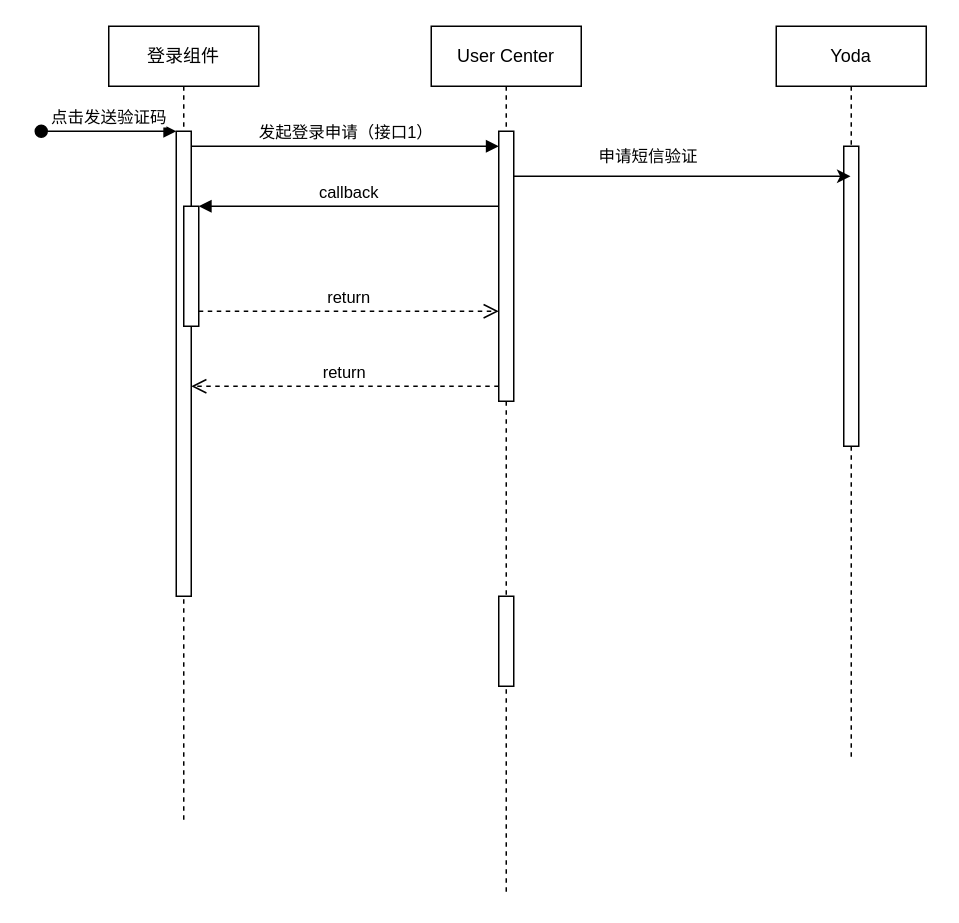
This is src/未命名绘图.drawio from zhengjiaqi/draw, a draw.io file, before an edit. Source tidied: cells renumbered, new cells numbered last; positions are measured from the earlier drawing's top-left corner, leaving out a move shared by most shapes. Both pictures are drawn from the tidied source at 150%, with x=0, y=0 at pixel (40, 26).
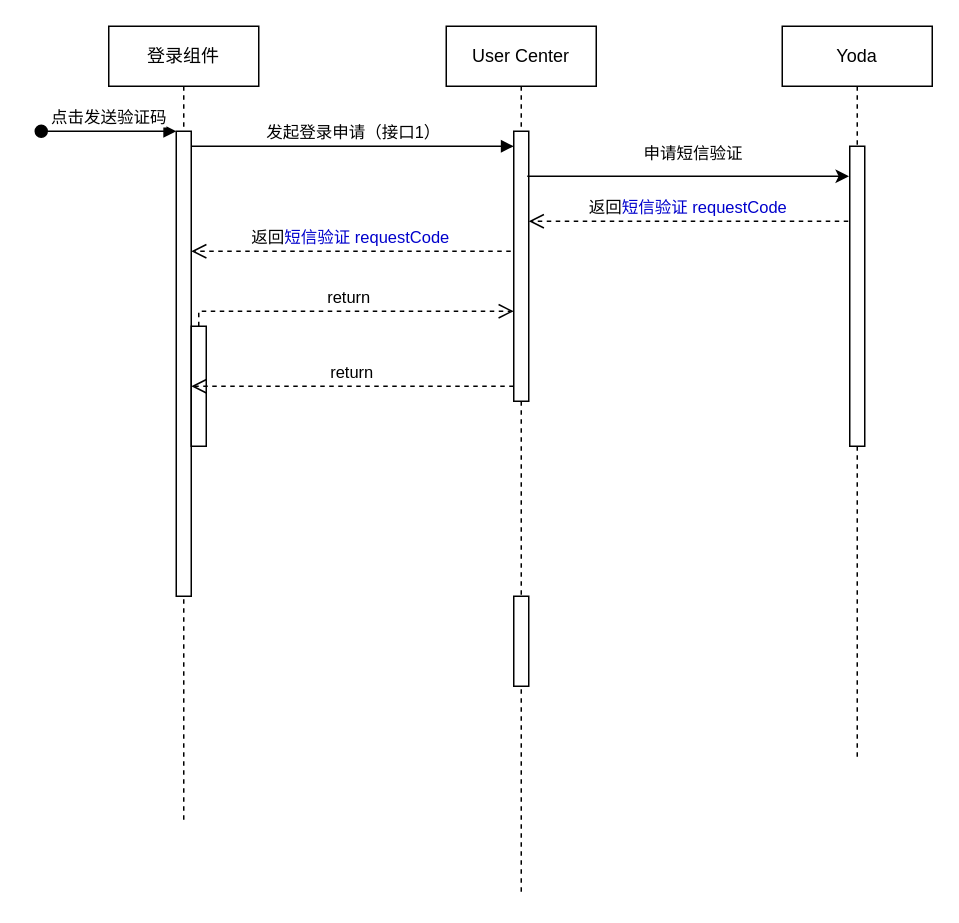
After the change.

Commit message (it also covers changes not shown here):
更新未命名绘图.drawio

Unchanged cells that the change refers to:
```xml
<mxCell id="2" value="登录组件" style="shape=umlLifeline;perimeter=lifelinePerimeter;whiteSpace=wrap;html=1;newEdgeStyle={&quot;edgeStyle&quot;:&quot;elbowEdgeStyle&quot;,&quot;elbow&quot;:&quot;vertical&quot;,&quot;curved&quot;:0,&quot;rounded&quot;:0};" parent="1" vertex="1">
  <mxGeometry x="45" width="100" height="530" as="geometry" />
</mxCell>
<mxCell id="7" style="html=1;points=[];perimeter=orthogonalPerimeter;outlineConnect=0;targetShapes=umlLifeline;portConstraint=eastwest;newEdgeStyle={&quot;edgeStyle&quot;:&quot;elbowEdgeStyle&quot;,&quot;elbow&quot;:&quot;vertical&quot;,&quot;curved&quot;:0,&quot;rounded&quot;:0};" parent="6" vertex="1">
  <mxGeometry x="45" y="70" width="10" height="180" as="geometry" />
</mxCell>
```

Diff of the diagram source:
```diff
@@
     <mxCell id="5" style="html=1;points=[];perimeter=orthogonalPerimeter;outlineConnect=0;targetShapes=umlLifeline;portConstraint=eastwest;newEdgeStyle={&quot;edgeStyle&quot;:&quot;elbowEdgeStyle&quot;,&quot;elbow&quot;:&quot;vertical&quot;,&quot;curved&quot;:0,&quot;rounded&quot;:0};" parent="2" vertex="1">
-      <mxGeometry x="50" y="120" width="10" height="80" as="geometry" />
+      <mxGeometry x="55" y="200" width="10" height="80" as="geometry" />
     </mxCell>
     <mxCell id="6" value="User Center" style="shape=umlLifeline;perimeter=lifelinePerimeter;whiteSpace=wrap;html=1;newEdgeStyle={&quot;edgeStyle&quot;:&quot;elbowEdgeStyle&quot;,&quot;elbow&quot;:&quot;vertical&quot;,&quot;curved&quot;:0,&quot;rounded&quot;:0};" parent="1" vertex="1">
-      <mxGeometry x="260" width="100" height="580" as="geometry" />
+      <mxGeometry x="270" width="100" height="580" as="geometry" />
     </mxCell>
@@
-    <mxCell id="11" value="callback" style="html=1;verticalAlign=bottom;endArrow=block;edgeStyle=elbowEdgeStyle;elbow=vertical;curved=0;rounded=0;" parent="1" edge="1" source="7" target="5">
-      <mxGeometry relative="1" as="geometry">
-        <Array as="points">
-          <mxPoint x="195" y="120" />
-        </Array>
-      </mxGeometry>
-    </mxCell>
@@
     <mxCell id="13" value="Yoda" style="shape=umlLifeline;perimeter=lifelinePerimeter;whiteSpace=wrap;html=1;outlineConnect=0;portConstraint=eastwest;newEdgeStyle={&quot;edgeStyle&quot;:&quot;elbowEdgeStyle&quot;,&quot;elbow&quot;:&quot;vertical&quot;,&quot;curved&quot;:0,&quot;rounded&quot;:0};" parent="1" vertex="1">
-      <mxGeometry x="490" width="100" height="490" as="geometry" />
+      <mxGeometry x="494" width="100" height="490" as="geometry" />
     </mxCell>
@@
-    <mxCell id="15" style="edgeStyle=elbowEdgeStyle;rounded=0;jettySize=auto;html=1;elbow=vertical;curved=0;" parent="1" edge="1" source="7" target="13">
+    <mxCell id="15" style="edgeStyle=elbowEdgeStyle;rounded=0;orthogonalLoop=1;jettySize=auto;html=1;elbow=vertical;curved=0;" parent="1" edge="1">
       <mxGeometry relative="1" as="geometry">
+        <mxPoint x="324" y="100" as="sourcePoint" />
+        <mxPoint x="538.5" y="100" as="targetPoint" />
         <Array as="points">
-          <mxPoint x="380" y="100" />
-          <mxPoint x="390" y="110" />
+          <mxPoint x="379" y="100" />
+          <mxPoint x="389" y="110" />
         </Array>
       </mxGeometry>
     </mxCell>
-    <mxCell id="16" value="&lt;span style=&quot;color: rgb(0, 0, 0); font-family: Helvetica; font-size: 11px; font-style: normal; font-variant-ligatures: normal; font-variant-caps: normal; font-weight: 400; letter-spacing: normal; orphans: 2; text-align: center; text-indent: 0px; text-transform: none; widows: 2; word-spacing: 0px; -webkit-text-stroke-width: 0px; background-color: rgb(255, 255, 255); text-decoration-thickness: initial; text-decoration-style: initial; text-decoration-color: initial; float: none; display: inline !important;&quot;&gt;申请短信验证&lt;/span&gt;" style="text;whiteSpace=wrap;html=1;" parent="1" vertex="1">
-      <mxGeometry x="370" y="73" width="130" height="20" as="geometry" />
+    <mxCell id="16" value="&lt;span style=&quot;color: rgb(0, 0, 0); font-family: Helvetica; font-size: 11px; font-style: normal; font-variant-ligatures: normal; font-variant-caps: normal; font-weight: 400; letter-spacing: normal; orphans: 2; text-indent: 0px; text-transform: none; widows: 2; word-spacing: 0px; -webkit-text-stroke-width: 0px; background-color: rgb(255, 255, 255); text-decoration-thickness: initial; text-decoration-style: initial; text-decoration-color: initial; float: none; display: inline !important;&quot;&gt;申请短信验证&lt;/span&gt;" style="text;whiteSpace=wrap;html=1;align=center;" parent="1" vertex="1">
+      <mxGeometry x="370" y="71" width="130" height="20" as="geometry" />
     </mxCell>
+    <mxCell id="17" value="返回&lt;font color=&quot;#0000cc&quot;&gt;短信验证&amp;nbsp;requestCode&lt;/font&gt;" style="html=1;verticalAlign=bottom;endArrow=open;dashed=1;endSize=8;edgeStyle=elbowEdgeStyle;elbow=horizontal;curved=0;rounded=0;" parent="1" edge="1">
+      <mxGeometry relative="1" as="geometry">
+        <mxPoint x="538" y="130" as="sourcePoint" />
+        <mxPoint x="325" y="130" as="targetPoint" />
+        <Array as="points">
+          <mxPoint x="428" y="130" />
+        </Array>
+      </mxGeometry>
+    </mxCell>
+    <mxCell id="18" value="返回&lt;font color=&quot;#0000cc&quot;&gt;短信验证&amp;nbsp;requestCode&lt;/font&gt;" style="html=1;verticalAlign=bottom;endArrow=open;dashed=1;endSize=8;edgeStyle=elbowEdgeStyle;elbow=horizontal;curved=0;rounded=0;" parent="1" edge="1">
+      <mxGeometry relative="1" as="geometry">
+        <mxPoint x="313" y="150" as="sourcePoint" />
+        <mxPoint x="100" y="150" as="targetPoint" />
+        <Array as="points">
+          <mxPoint x="203" y="150" />
+        </Array>
+      </mxGeometry>
+    </mxCell>
```
